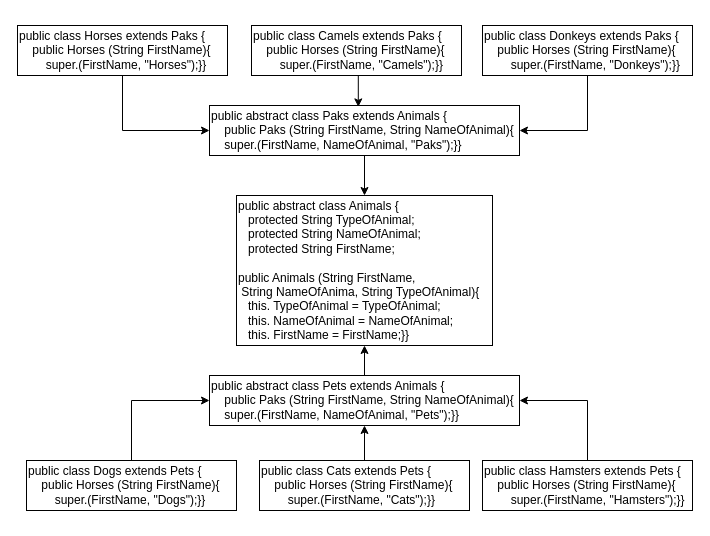
FedorPRG/Final_certification keeps this draw.io diagram as Task6.drawio. Above is the earlier version. Source tidied: cells renumbered, new cells numbered last; positions are measured from the earlier drawing's top-left corner, leaving out a move shared by most shapes. Both pictures are drawn from the tidied source at 100%, with x=0, y=0 at pixel (17, 25).
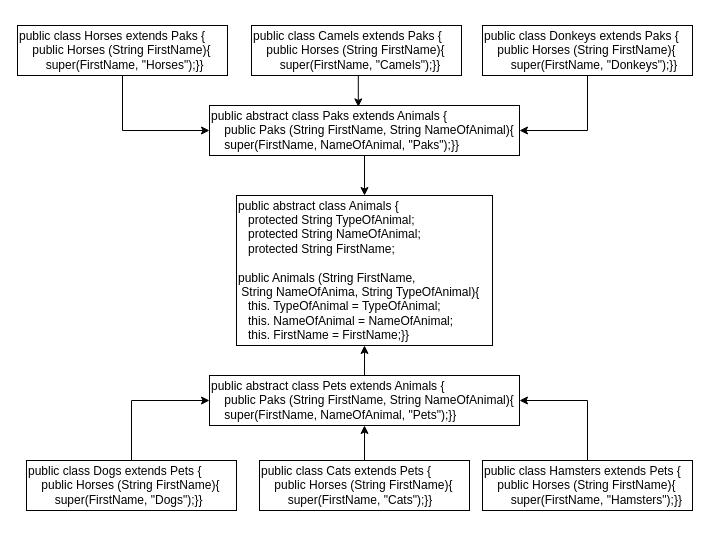
Above is the later version.

Change to the diagram source:
```diff
@@
 <mxGraphModel>
   <root>
     <mxCell id="0" />
     <mxCell id="1" parent="0" />
     <mxCell id="2" value="&lt;font style=&quot;font-size: 12px;&quot;&gt;public abstract class Animals {&lt;br&gt;&amp;nbsp; &amp;nbsp;protected String TypeOfAnimal;&lt;br&gt;&amp;nbsp; &amp;nbsp;protected String NameOfAnimal;&lt;br&gt;&lt;span lang=&quot;EN-US&quot; style=&quot;&quot;&gt;&amp;nbsp; &amp;nbsp;protected String FirstName;&lt;/span&gt;&amp;nbsp;&lt;br&gt;&amp;nbsp;&amp;nbsp;&lt;/font&gt;&lt;br&gt;public Animals (String FirstName,&lt;br&gt;&lt;span lang=&quot;EN-US&quot;&gt;&amp;nbsp;String NameOfAnima,&lt;/span&gt; String TypeOfAnimal)&lt;span lang=&quot;EN-US&quot; style=&quot;background-color: initial;&quot;&gt;{&lt;/span&gt;&lt;br&gt;&amp;nbsp; &amp;nbsp;this. TypeOfAnimal = TypeOfAnimal;&lt;br&gt;&amp;nbsp; &amp;nbsp;this. NameOfAnimal = NameOfAnimal; &lt;br&gt;&amp;nbsp; &amp;nbsp;this. FirstName = FirstName;}}" style="rounded=0;whiteSpace=wrap;html=1;align=left;" parent="1" vertex="1">
       <mxGeometry x="219" y="170" width="256" height="150" as="geometry" />
     </mxCell>
     <mxCell id="3" style="edgeStyle=orthogonalEdgeStyle;rounded=0;jettySize=auto;html=1;exitX=0.5;exitY=1;exitDx=0;exitDy=0;entryX=0;entryY=0.5;entryDx=0;entryDy=0;fontSize=12;" parent="1" edge="1" source="4" target="6">
       <mxGeometry relative="1" as="geometry" />
     </mxCell>
-    <mxCell id="4" value="&lt;p style=&quot;margin-bottom:0cm;margin-bottom:.0001pt&quot; class=&quot;MsoNormal&quot;&gt;&lt;span lang=&quot;EN-US&quot;&gt;public class Horses extends Paks {&lt;br&gt;&lt;/span&gt;&lt;/p&gt;&lt;div style=&quot;text-indent: 0px;&quot;&gt;&lt;span style=&quot;background-color: initial; text-indent: 9.75pt;&quot;&gt;&amp;nbsp; &amp;nbsp; public Horses (String FirstName){&lt;br&gt;&lt;/span&gt;&lt;span style=&quot;text-indent: 9.75pt; background-color: initial;&quot;&gt;&amp;nbsp; &amp;nbsp;&amp;nbsp;&lt;/span&gt;&lt;span style=&quot;background-color: initial;&quot;&gt;&amp;nbsp; &amp;nbsp; super.(FirstName,&amp;nbsp;&lt;/span&gt;&lt;span style=&quot;background-color: initial;&quot;&gt;&quot;Horses&quot;);&lt;/span&gt;&lt;span style=&quot;background-color: initial;&quot;&gt;}}&lt;/span&gt;&lt;/div&gt;&lt;p&gt;&lt;/p&gt;" style="rounded=0;whiteSpace=wrap;html=1;align=left;" parent="1" vertex="1">
+    <mxCell id="4" value="&lt;p style=&quot;margin-bottom:0cm;margin-bottom:.0001pt&quot; class=&quot;MsoNormal&quot;&gt;&lt;span lang=&quot;EN-US&quot;&gt;public class Horses extends Paks {&lt;br&gt;&lt;/span&gt;&lt;/p&gt;&lt;div style=&quot;text-indent: 0px;&quot;&gt;&lt;span style=&quot;background-color: initial; text-indent: 9.75pt;&quot;&gt;&amp;nbsp; &amp;nbsp; public Horses (String FirstName){&lt;br&gt;&lt;/span&gt;&lt;span style=&quot;text-indent: 9.75pt; background-color: initial;&quot;&gt;&amp;nbsp; &amp;nbsp;&amp;nbsp;&lt;/span&gt;&lt;span style=&quot;background-color: initial;&quot;&gt;&amp;nbsp; &amp;nbsp; super(FirstName,&amp;nbsp;&lt;/span&gt;&lt;span style=&quot;background-color: initial;&quot;&gt;&quot;Horses&quot;);&lt;/span&gt;&lt;span style=&quot;background-color: initial;&quot;&gt;}}&lt;/span&gt;&lt;/div&gt;&lt;p&gt;&lt;/p&gt;" style="rounded=0;whiteSpace=wrap;html=1;align=left;" parent="1" vertex="1">
       <mxGeometry width="210" height="50" as="geometry" />
     </mxCell>
     <mxCell id="5" style="edgeStyle=orthogonalEdgeStyle;rounded=0;jettySize=auto;html=1;entryX=0.5;entryY=0;entryDx=0;entryDy=0;fontSize=12;" parent="1" edge="1" source="6" target="2">
       <mxGeometry relative="1" as="geometry" />
     </mxCell>
-    <mxCell id="6" value="&lt;p style=&quot;margin-bottom:0cm;margin-bottom:.0001pt&quot; class=&quot;MsoNormal&quot;&gt;&lt;span lang=&quot;EN-US&quot;&gt;public abstract class Paks extends Animals {&lt;br&gt;&lt;/span&gt;&lt;/p&gt;&lt;div style=&quot;text-indent: 0px;&quot;&gt;&lt;span style=&quot;background-color: initial; text-indent: 9.75pt;&quot;&gt;&amp;nbsp; &amp;nbsp; public Paks (String FirstName, String NameOfAnimal){&lt;br&gt;&lt;/span&gt;&lt;span style=&quot;text-indent: 9.75pt; background-color: initial;&quot;&gt;&amp;nbsp; &amp;nbsp;&amp;nbsp;&lt;/span&gt;super.(FirstName, NameOfAnimal, &quot;Paks&quot;);}}&lt;/div&gt;&lt;p&gt;&lt;/p&gt;" style="rounded=0;whiteSpace=wrap;html=1;align=left;" parent="1" vertex="1">
+    <mxCell id="6" value="&lt;p style=&quot;margin-bottom:0cm;margin-bottom:.0001pt&quot; class=&quot;MsoNormal&quot;&gt;&lt;span lang=&quot;EN-US&quot;&gt;public abstract class Paks extends Animals {&lt;br&gt;&lt;/span&gt;&lt;/p&gt;&lt;div style=&quot;text-indent: 0px;&quot;&gt;&lt;span style=&quot;background-color: initial; text-indent: 9.75pt;&quot;&gt;&amp;nbsp; &amp;nbsp; public Paks (String FirstName, String NameOfAnimal){&lt;br&gt;&lt;/span&gt;&lt;span style=&quot;text-indent: 9.75pt; background-color: initial;&quot;&gt;&amp;nbsp; &amp;nbsp;&amp;nbsp;&lt;/span&gt;super(FirstName, NameOfAnimal, &quot;Paks&quot;);}}&lt;/div&gt;&lt;p&gt;&lt;/p&gt;" style="rounded=0;whiteSpace=wrap;html=1;align=left;" parent="1" vertex="1">
       <mxGeometry x="192" y="80" width="310" height="50" as="geometry" />
     </mxCell>
     <mxCell id="7" style="edgeStyle=orthogonalEdgeStyle;rounded=0;jettySize=auto;html=1;exitX=0.5;exitY=1;exitDx=0;exitDy=0;entryX=0.48;entryY=0.028;entryDx=0;entryDy=0;entryPerimeter=0;fontSize=12;" parent="1" edge="1" source="8" target="6">
       <mxGeometry relative="1" as="geometry" />
     </mxCell>
-    <mxCell id="8" value="&lt;p style=&quot;margin-bottom:0cm;margin-bottom:.0001pt&quot; class=&quot;MsoNormal&quot;&gt;&lt;span lang=&quot;EN-US&quot;&gt;public class Camels extends Paks {&lt;br&gt;&lt;/span&gt;&lt;/p&gt;&lt;div style=&quot;text-indent: 0px;&quot;&gt;&lt;span style=&quot;background-color: initial; text-indent: 9.75pt;&quot;&gt;&amp;nbsp; &amp;nbsp; public Horses (String FirstName){&lt;br&gt;&lt;/span&gt;&lt;span style=&quot;text-indent: 9.75pt; background-color: initial;&quot;&gt;&amp;nbsp; &amp;nbsp;&amp;nbsp;&lt;/span&gt;&lt;span style=&quot;background-color: initial;&quot;&gt;&amp;nbsp; &amp;nbsp; super.(FirstName,&amp;nbsp;&lt;/span&gt;&lt;span style=&quot;background-color: initial;&quot;&gt;&quot;Camels&quot;);&lt;/span&gt;&lt;span style=&quot;background-color: initial;&quot;&gt;}}&lt;/span&gt;&lt;/div&gt;&lt;p&gt;&lt;/p&gt;" style="rounded=0;whiteSpace=wrap;html=1;align=left;" parent="1" vertex="1">
+    <mxCell id="8" value="&lt;p style=&quot;margin-bottom:0cm;margin-bottom:.0001pt&quot; class=&quot;MsoNormal&quot;&gt;&lt;span lang=&quot;EN-US&quot;&gt;public class Camels extends Paks {&lt;br&gt;&lt;/span&gt;&lt;/p&gt;&lt;div style=&quot;text-indent: 0px;&quot;&gt;&lt;span style=&quot;background-color: initial; text-indent: 9.75pt;&quot;&gt;&amp;nbsp; &amp;nbsp; public Horses (String FirstName){&lt;br&gt;&lt;/span&gt;&lt;span style=&quot;text-indent: 9.75pt; background-color: initial;&quot;&gt;&amp;nbsp; &amp;nbsp;&amp;nbsp;&lt;/span&gt;&lt;span style=&quot;background-color: initial;&quot;&gt;&amp;nbsp; &amp;nbsp; super(FirstName,&amp;nbsp;&lt;/span&gt;&lt;span style=&quot;background-color: initial;&quot;&gt;&quot;Camels&quot;);&lt;/span&gt;&lt;span style=&quot;background-color: initial;&quot;&gt;}}&lt;/span&gt;&lt;/div&gt;&lt;p&gt;&lt;/p&gt;" style="rounded=0;whiteSpace=wrap;html=1;align=left;" parent="1" vertex="1">
       <mxGeometry x="234" width="210" height="50" as="geometry" />
     </mxCell>
     <mxCell id="9" style="edgeStyle=orthogonalEdgeStyle;rounded=0;jettySize=auto;html=1;entryX=1;entryY=0.5;entryDx=0;entryDy=0;fontSize=12;" parent="1" edge="1" source="10" target="6">
       <mxGeometry relative="1" as="geometry" />
     </mxCell>
-    <mxCell id="10" value="&lt;p style=&quot;margin-bottom:0cm;margin-bottom:.0001pt&quot; class=&quot;MsoNormal&quot;&gt;&lt;span lang=&quot;EN-US&quot;&gt;public class Donkeys extends Paks {&lt;br&gt;&lt;/span&gt;&lt;/p&gt;&lt;div style=&quot;text-indent: 0px;&quot;&gt;&lt;span style=&quot;background-color: initial; text-indent: 9.75pt;&quot;&gt;&amp;nbsp; &amp;nbsp; public Horses (String FirstName){&lt;br&gt;&lt;/span&gt;&lt;span style=&quot;text-indent: 9.75pt; background-color: initial;&quot;&gt;&amp;nbsp; &amp;nbsp;&amp;nbsp;&lt;/span&gt;&lt;span style=&quot;background-color: initial;&quot;&gt;&amp;nbsp; &amp;nbsp; super.(FirstName,&amp;nbsp;&lt;/span&gt;&quot;Donkeys&lt;span style=&quot;background-color: initial;&quot;&gt;&quot;);&lt;/span&gt;&lt;span style=&quot;background-color: initial;&quot;&gt;}}&lt;/span&gt;&lt;/div&gt;&lt;p&gt;&lt;/p&gt;" style="rounded=0;whiteSpace=wrap;html=1;align=left;" parent="1" vertex="1">
+    <mxCell id="10" value="&lt;p style=&quot;margin-bottom:0cm;margin-bottom:.0001pt&quot; class=&quot;MsoNormal&quot;&gt;&lt;span lang=&quot;EN-US&quot;&gt;public class Donkeys extends Paks {&lt;br&gt;&lt;/span&gt;&lt;/p&gt;&lt;div style=&quot;text-indent: 0px;&quot;&gt;&lt;span style=&quot;background-color: initial; text-indent: 9.75pt;&quot;&gt;&amp;nbsp; &amp;nbsp; public Horses (String FirstName){&lt;br&gt;&lt;/span&gt;&lt;span style=&quot;text-indent: 9.75pt; background-color: initial;&quot;&gt;&amp;nbsp; &amp;nbsp;&amp;nbsp;&lt;/span&gt;&lt;span style=&quot;background-color: initial;&quot;&gt;&amp;nbsp; &amp;nbsp; super(FirstName,&amp;nbsp;&lt;/span&gt;&quot;Donkeys&lt;span style=&quot;background-color: initial;&quot;&gt;&quot;);&lt;/span&gt;&lt;span style=&quot;background-color: initial;&quot;&gt;}}&lt;/span&gt;&lt;/div&gt;&lt;p&gt;&lt;/p&gt;" style="rounded=0;whiteSpace=wrap;html=1;align=left;" parent="1" vertex="1">
       <mxGeometry x="465" width="210" height="50" as="geometry" />
     </mxCell>
     <mxCell id="11" style="edgeStyle=orthogonalEdgeStyle;rounded=0;jettySize=auto;html=1;entryX=0.5;entryY=1;entryDx=0;entryDy=0;fontSize=12;" parent="1" edge="1" source="12" target="2">
       <mxGeometry relative="1" as="geometry" />
     </mxCell>
-    <mxCell id="12" value="&lt;p style=&quot;margin-bottom:0cm;margin-bottom:.0001pt&quot; class=&quot;MsoNormal&quot;&gt;&lt;span lang=&quot;EN-US&quot;&gt;public abstract class Pets extends Animals {&lt;br&gt;&lt;/span&gt;&lt;/p&gt;&lt;div style=&quot;text-indent: 0px;&quot;&gt;&lt;span style=&quot;background-color: initial; text-indent: 9.75pt;&quot;&gt;&amp;nbsp; &amp;nbsp; public Paks (String FirstName, String NameOfAnimal){&lt;br&gt;&lt;/span&gt;&lt;span style=&quot;text-indent: 9.75pt; background-color: initial;&quot;&gt;&amp;nbsp; &amp;nbsp;&amp;nbsp;&lt;/span&gt;super.(FirstName, NameOfAnimal, &quot;Pets&quot;);}}&lt;/div&gt;&lt;p&gt;&lt;/p&gt;" style="rounded=0;whiteSpace=wrap;html=1;align=left;" parent="1" vertex="1">
+    <mxCell id="12" value="&lt;p style=&quot;margin-bottom:0cm;margin-bottom:.0001pt&quot; class=&quot;MsoNormal&quot;&gt;&lt;span lang=&quot;EN-US&quot;&gt;public abstract class Pets extends Animals {&lt;br&gt;&lt;/span&gt;&lt;/p&gt;&lt;div style=&quot;text-indent: 0px;&quot;&gt;&lt;span style=&quot;background-color: initial; text-indent: 9.75pt;&quot;&gt;&amp;nbsp; &amp;nbsp; public Paks (String FirstName, String NameOfAnimal){&lt;br&gt;&lt;/span&gt;&lt;span style=&quot;text-indent: 9.75pt; background-color: initial;&quot;&gt;&amp;nbsp; &amp;nbsp;&amp;nbsp;&lt;/span&gt;super(FirstName, NameOfAnimal, &quot;Pets&quot;);}}&lt;/div&gt;&lt;p&gt;&lt;/p&gt;" style="rounded=0;whiteSpace=wrap;html=1;align=left;" parent="1" vertex="1">
       <mxGeometry x="192" y="350" width="310" height="50" as="geometry" />
     </mxCell>
     <mxCell id="13" style="edgeStyle=orthogonalEdgeStyle;rounded=0;jettySize=auto;html=1;entryX=0;entryY=0.5;entryDx=0;entryDy=0;fontSize=12;" parent="1" edge="1" source="14" target="12">
       <mxGeometry relative="1" as="geometry" />
     </mxCell>
-    <mxCell id="14" value="&lt;p style=&quot;margin-bottom:0cm;margin-bottom:.0001pt&quot; class=&quot;MsoNormal&quot;&gt;&lt;span lang=&quot;EN-US&quot;&gt;public class Dogs extends Pets {&lt;br&gt;&lt;/span&gt;&lt;/p&gt;&lt;div style=&quot;text-indent: 0px;&quot;&gt;&lt;span style=&quot;background-color: initial; text-indent: 9.75pt;&quot;&gt;&amp;nbsp; &amp;nbsp; public Horses (String FirstName){&lt;br&gt;&lt;/span&gt;&lt;span style=&quot;text-indent: 9.75pt; background-color: initial;&quot;&gt;&amp;nbsp; &amp;nbsp;&amp;nbsp;&lt;/span&gt;&lt;span style=&quot;background-color: initial;&quot;&gt;&amp;nbsp; &amp;nbsp; super.(FirstName,&amp;nbsp;&lt;/span&gt;&lt;span style=&quot;background-color: initial;&quot;&gt;&quot;Dogs&quot;);&lt;/span&gt;&lt;span style=&quot;background-color: initial;&quot;&gt;}}&lt;/span&gt;&lt;/div&gt;&lt;p&gt;&lt;/p&gt;" style="rounded=0;whiteSpace=wrap;html=1;align=left;" parent="1" vertex="1">
+    <mxCell id="14" value="&lt;p style=&quot;margin-bottom:0cm;margin-bottom:.0001pt&quot; class=&quot;MsoNormal&quot;&gt;&lt;span lang=&quot;EN-US&quot;&gt;public class Dogs extends Pets {&lt;br&gt;&lt;/span&gt;&lt;/p&gt;&lt;div style=&quot;text-indent: 0px;&quot;&gt;&lt;span style=&quot;background-color: initial; text-indent: 9.75pt;&quot;&gt;&amp;nbsp; &amp;nbsp; public Horses (String FirstName){&lt;br&gt;&lt;/span&gt;&lt;span style=&quot;text-indent: 9.75pt; background-color: initial;&quot;&gt;&amp;nbsp; &amp;nbsp;&amp;nbsp;&lt;/span&gt;&lt;span style=&quot;background-color: initial;&quot;&gt;&amp;nbsp; &amp;nbsp; super(FirstName,&amp;nbsp;&lt;/span&gt;&lt;span style=&quot;background-color: initial;&quot;&gt;&quot;Dogs&quot;);&lt;/span&gt;&lt;span style=&quot;background-color: initial;&quot;&gt;}}&lt;/span&gt;&lt;/div&gt;&lt;p&gt;&lt;/p&gt;" style="rounded=0;whiteSpace=wrap;html=1;align=left;" parent="1" vertex="1">
       <mxGeometry x="9" y="435" width="210" height="50" as="geometry" />
     </mxCell>
     <mxCell id="15" style="edgeStyle=orthogonalEdgeStyle;rounded=0;jettySize=auto;html=1;entryX=0.5;entryY=1;entryDx=0;entryDy=0;fontSize=12;" parent="1" edge="1" source="16" target="12">
       <mxGeometry relative="1" as="geometry" />
     </mxCell>
-    <mxCell id="16" value="&lt;p style=&quot;margin-bottom:0cm;margin-bottom:.0001pt&quot; class=&quot;MsoNormal&quot;&gt;&lt;span lang=&quot;EN-US&quot;&gt;public class Cats extends Pets {&lt;br&gt;&lt;/span&gt;&lt;/p&gt;&lt;div style=&quot;text-indent: 0px;&quot;&gt;&lt;span style=&quot;background-color: initial; text-indent: 9.75pt;&quot;&gt;&amp;nbsp; &amp;nbsp; public Horses (String FirstName){&lt;br&gt;&lt;/span&gt;&lt;span style=&quot;text-indent: 9.75pt; background-color: initial;&quot;&gt;&amp;nbsp; &amp;nbsp;&amp;nbsp;&lt;/span&gt;&lt;span style=&quot;background-color: initial;&quot;&gt;&amp;nbsp; &amp;nbsp; super.(FirstName,&amp;nbsp;&lt;/span&gt;&lt;span style=&quot;background-color: initial;&quot;&gt;&quot;Cats&quot;);&lt;/span&gt;&lt;span style=&quot;background-color: initial;&quot;&gt;}}&lt;/span&gt;&lt;/div&gt;&lt;p&gt;&lt;/p&gt;" style="rounded=0;whiteSpace=wrap;html=1;align=left;" parent="1" vertex="1">
+    <mxCell id="16" value="&lt;p style=&quot;margin-bottom:0cm;margin-bottom:.0001pt&quot; class=&quot;MsoNormal&quot;&gt;&lt;span lang=&quot;EN-US&quot;&gt;public class Cats extends Pets {&lt;br&gt;&lt;/span&gt;&lt;/p&gt;&lt;div style=&quot;text-indent: 0px;&quot;&gt;&lt;span style=&quot;background-color: initial; text-indent: 9.75pt;&quot;&gt;&amp;nbsp; &amp;nbsp; public Horses (String FirstName){&lt;br&gt;&lt;/span&gt;&lt;span style=&quot;text-indent: 9.75pt; background-color: initial;&quot;&gt;&amp;nbsp; &amp;nbsp;&amp;nbsp;&lt;/span&gt;&lt;span style=&quot;background-color: initial;&quot;&gt;&amp;nbsp; &amp;nbsp; super(FirstName,&amp;nbsp;&lt;/span&gt;&lt;span style=&quot;background-color: initial;&quot;&gt;&quot;Cats&quot;);&lt;/span&gt;&lt;span style=&quot;background-color: initial;&quot;&gt;}}&lt;/span&gt;&lt;/div&gt;&lt;p&gt;&lt;/p&gt;" style="rounded=0;whiteSpace=wrap;html=1;align=left;" parent="1" vertex="1">
       <mxGeometry x="242" y="435" width="210" height="50" as="geometry" />
     </mxCell>
     <mxCell id="17" style="edgeStyle=orthogonalEdgeStyle;rounded=0;jettySize=auto;html=1;entryX=1;entryY=0.5;entryDx=0;entryDy=0;fontSize=12;" parent="1" edge="1" source="18" target="12">
       <mxGeometry relative="1" as="geometry" />
     </mxCell>
-    <mxCell id="18" value="&lt;p style=&quot;margin-bottom:0cm;margin-bottom:.0001pt&quot; class=&quot;MsoNormal&quot;&gt;&lt;span lang=&quot;EN-US&quot;&gt;public class Hamsters extends Pets {&lt;br&gt;&lt;/span&gt;&lt;/p&gt;&lt;div style=&quot;text-indent: 0px;&quot;&gt;&lt;span style=&quot;background-color: initial; text-indent: 9.75pt;&quot;&gt;&amp;nbsp; &amp;nbsp; public Horses (String FirstName){&lt;br&gt;&lt;/span&gt;&lt;span style=&quot;text-indent: 9.75pt; background-color: initial;&quot;&gt;&amp;nbsp; &amp;nbsp;&amp;nbsp;&lt;/span&gt;&lt;span style=&quot;background-color: initial;&quot;&gt;&amp;nbsp; &amp;nbsp; super.(FirstName,&amp;nbsp;&lt;/span&gt;&quot;Hamsters&lt;span style=&quot;background-color: initial;&quot;&gt;&quot;);&lt;/span&gt;&lt;span style=&quot;background-color: initial;&quot;&gt;}}&lt;/span&gt;&lt;/div&gt;&lt;p&gt;&lt;/p&gt;" style="rounded=0;whiteSpace=wrap;html=1;align=left;" parent="1" vertex="1">
+    <mxCell id="18" value="&lt;p style=&quot;margin-bottom:0cm;margin-bottom:.0001pt&quot; class=&quot;MsoNormal&quot;&gt;&lt;span lang=&quot;EN-US&quot;&gt;public class Hamsters extends Pets {&lt;br&gt;&lt;/span&gt;&lt;/p&gt;&lt;div style=&quot;text-indent: 0px;&quot;&gt;&lt;span style=&quot;background-color: initial; text-indent: 9.75pt;&quot;&gt;&amp;nbsp; &amp;nbsp; public Horses (String FirstName){&lt;br&gt;&lt;/span&gt;&lt;span style=&quot;text-indent: 9.75pt; background-color: initial;&quot;&gt;&amp;nbsp; &amp;nbsp;&amp;nbsp;&lt;/span&gt;&lt;span style=&quot;background-color: initial;&quot;&gt;&amp;nbsp; &amp;nbsp; super(FirstName,&amp;nbsp;&lt;/span&gt;&quot;Hamsters&lt;span style=&quot;background-color: initial;&quot;&gt;&quot;);&lt;/span&gt;&lt;span style=&quot;background-color: initial;&quot;&gt;}}&lt;/span&gt;&lt;/div&gt;&lt;p&gt;&lt;/p&gt;" style="rounded=0;whiteSpace=wrap;html=1;align=left;" parent="1" vertex="1">
       <mxGeometry x="465" y="435" width="210" height="50" as="geometry" />
     </mxCell>
   </root>
 </mxGraphModel>
```
